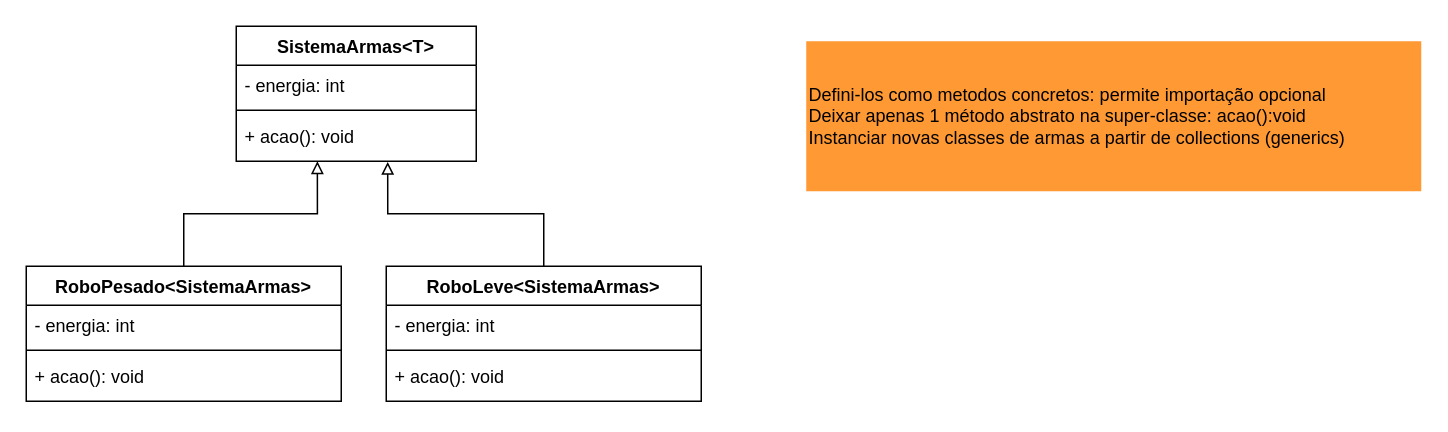
Earlier version of the draw.io diagram src/Aula13/mesa_collections.drawio (FlipeFrontDev/dh-poo). Source tidied: cells renumbered, new cells numbered last; positions are measured from the earlier drawing's top-left corner, leaving out a move shared by most shapes. Both pictures are drawn from the tidied source at 150%, with x=0, y=0 at pixel (26, 26).
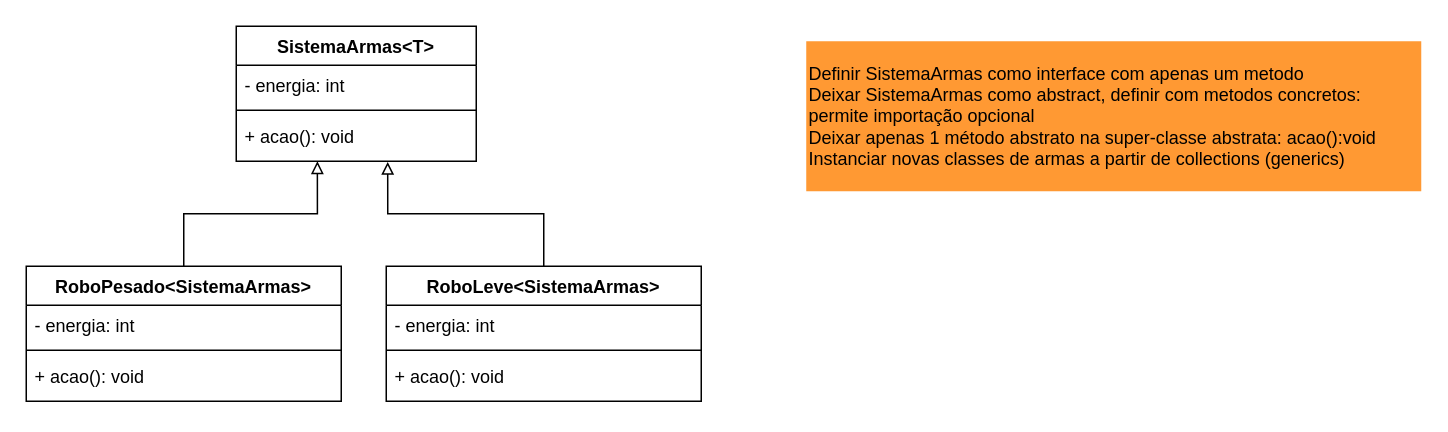
The same page after the edit.

Diff of the diagram source:
```diff
@@
 <mxGraphModel>
   <root>
     <mxCell id="0" />
     <mxCell id="1" parent="0" />
     <mxCell id="2" value="SistemaArmas&lt;T&gt;" style="swimlane;fontStyle=1;align=center;verticalAlign=top;horizontal=1;startSize=26;" parent="1" vertex="1">
       <mxGeometry x="140" width="160" height="90" as="geometry" />
     </mxCell>
     <mxCell id="3" value="- energia: int" style="text;strokeColor=none;fillColor=none;align=left;verticalAlign=top;spacingLeft=4;spacingRight=4;overflow=hidden;" parent="2" vertex="1">
       <mxGeometry y="26" width="160" height="26" as="geometry" />
     </mxCell>
     <mxCell id="4" style="line;strokeWidth=1;fillColor=none;align=left;verticalAlign=middle;spacingTop=-1;spacingLeft=3;spacingRight=3;labelPosition=right;" parent="2" vertex="1">
       <mxGeometry y="52" width="160" height="8" as="geometry" />
     </mxCell>
     <mxCell id="5" value="+ acao(): void" style="text;strokeColor=none;fillColor=none;align=left;verticalAlign=top;spacingLeft=4;spacingRight=4;overflow=hidden;points=[[0,0.5],[1,0.5]];portConstraint=eastwest;" parent="2" vertex="1">
       <mxGeometry y="60" width="160" height="30" as="geometry" />
     </mxCell>
     <mxCell id="6" style="edgeStyle=orthogonalEdgeStyle;rounded=0;jettySize=auto;html=1;entryX=0.338;entryY=1;entryDx=0;entryDy=0;entryPerimeter=0;endArrow=block;endFill=0;" parent="1" edge="1" source="7" target="5">
       <mxGeometry relative="1" as="geometry" />
     </mxCell>
     <mxCell id="7" value="RoboPesado&lt;SistemaArmas&gt;" style="swimlane;fontStyle=1;align=center;verticalAlign=top;horizontal=1;startSize=26;" parent="1" vertex="1">
       <mxGeometry y="160" width="210" height="90" as="geometry" />
     </mxCell>
     <mxCell id="8" value="- energia: int" style="text;strokeColor=none;fillColor=none;align=left;verticalAlign=top;spacingLeft=4;spacingRight=4;overflow=hidden;" parent="7" vertex="1">
       <mxGeometry y="26" width="210" height="26" as="geometry" />
     </mxCell>
     <mxCell id="9" style="line;strokeWidth=1;fillColor=none;align=left;verticalAlign=middle;spacingTop=-1;spacingLeft=3;spacingRight=3;labelPosition=right;" parent="7" vertex="1">
       <mxGeometry y="52" width="210" height="8" as="geometry" />
     </mxCell>
     <mxCell id="10" value="+ acao(): void" style="text;strokeColor=none;fillColor=none;align=left;verticalAlign=top;spacingLeft=4;spacingRight=4;overflow=hidden;" parent="7" vertex="1">
       <mxGeometry y="60" width="210" height="30" as="geometry" />
     </mxCell>
     <mxCell id="11" style="edgeStyle=orthogonalEdgeStyle;rounded=0;jettySize=auto;html=1;entryX=0.631;entryY=1.014;entryDx=0;entryDy=0;entryPerimeter=0;endArrow=block;endFill=0;" parent="1" edge="1" source="12" target="5">
       <mxGeometry relative="1" as="geometry" />
     </mxCell>
     <mxCell id="12" value="RoboLeve&lt;SistemaArmas&gt;" style="swimlane;fontStyle=1;align=center;verticalAlign=top;horizontal=1;startSize=26;" parent="1" vertex="1">
       <mxGeometry x="240" y="160" width="210" height="90" as="geometry" />
     </mxCell>
     <mxCell id="13" value="- energia: int" style="text;strokeColor=none;fillColor=none;align=left;verticalAlign=top;spacingLeft=4;spacingRight=4;overflow=hidden;" parent="12" vertex="1">
       <mxGeometry y="26" width="210" height="26" as="geometry" />
     </mxCell>
     <mxCell id="14" style="line;strokeWidth=1;fillColor=none;align=left;verticalAlign=middle;spacingTop=-1;spacingLeft=3;spacingRight=3;labelPosition=right;" parent="12" vertex="1">
       <mxGeometry y="52" width="210" height="8" as="geometry" />
     </mxCell>
     <mxCell id="15" value="+ acao(): void" style="text;strokeColor=none;fillColor=none;align=left;verticalAlign=top;spacingLeft=4;spacingRight=4;overflow=hidden;" parent="12" vertex="1">
       <mxGeometry y="60" width="210" height="30" as="geometry" />
     </mxCell>
-    <mxCell id="16" value="&lt;div&gt;Defini-los como metodos concretos: permite importação opcional&lt;/div&gt;&lt;div&gt;Deixar apenas 1 método abstrato na super-classe: acao():void&lt;/div&gt;&lt;div&gt;Instanciar novas classes de armas a partir de collections (generics)&lt;/div&gt;" style="text;html=1;strokeColor=none;fillColor=#FF9933;align=left;verticalAlign=middle;whiteSpace=wrap;rounded=0;" parent="1" vertex="1">
+    <mxCell id="16" value="&lt;div&gt;Definir SistemaArmas como interface com apenas um metodo&lt;br&gt;&lt;/div&gt;Deixar SistemaArmas como abstract, d&lt;span&gt;efinir com metodos concretos: permite importação opcional&lt;/span&gt;&lt;br&gt;&lt;div&gt;Deixar apenas 1 método abstrato na super-classe abstrata: acao():void&lt;/div&gt;&lt;div&gt;Instanciar novas classes de armas a partir de collections (generics)&lt;/div&gt;" style="text;html=1;strokeColor=none;fillColor=#FF9933;align=left;verticalAlign=middle;whiteSpace=wrap;rounded=0;" parent="1" vertex="1">
       <mxGeometry x="520" y="10" width="410" height="100" as="geometry" />
     </mxCell>
   </root>
 </mxGraphModel>
```
